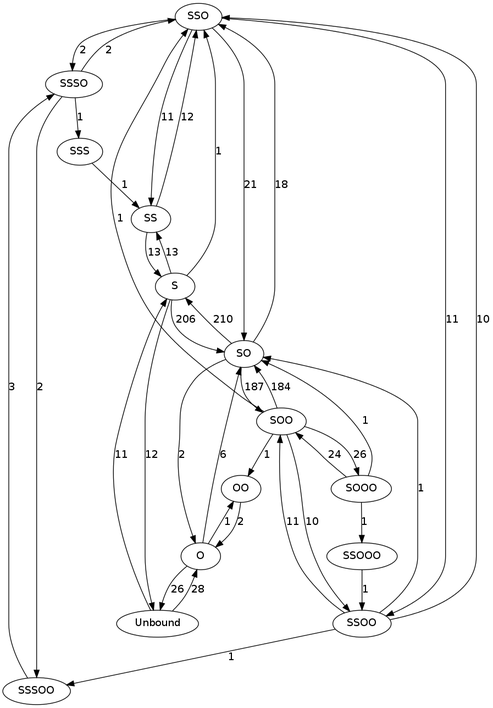
Above: analysis/coordination-changes-cold.png in eshamay/so2-cluster (Graphviz), before the change. Its source is kept beside it as analysis/coordination-changes-cold.dot.
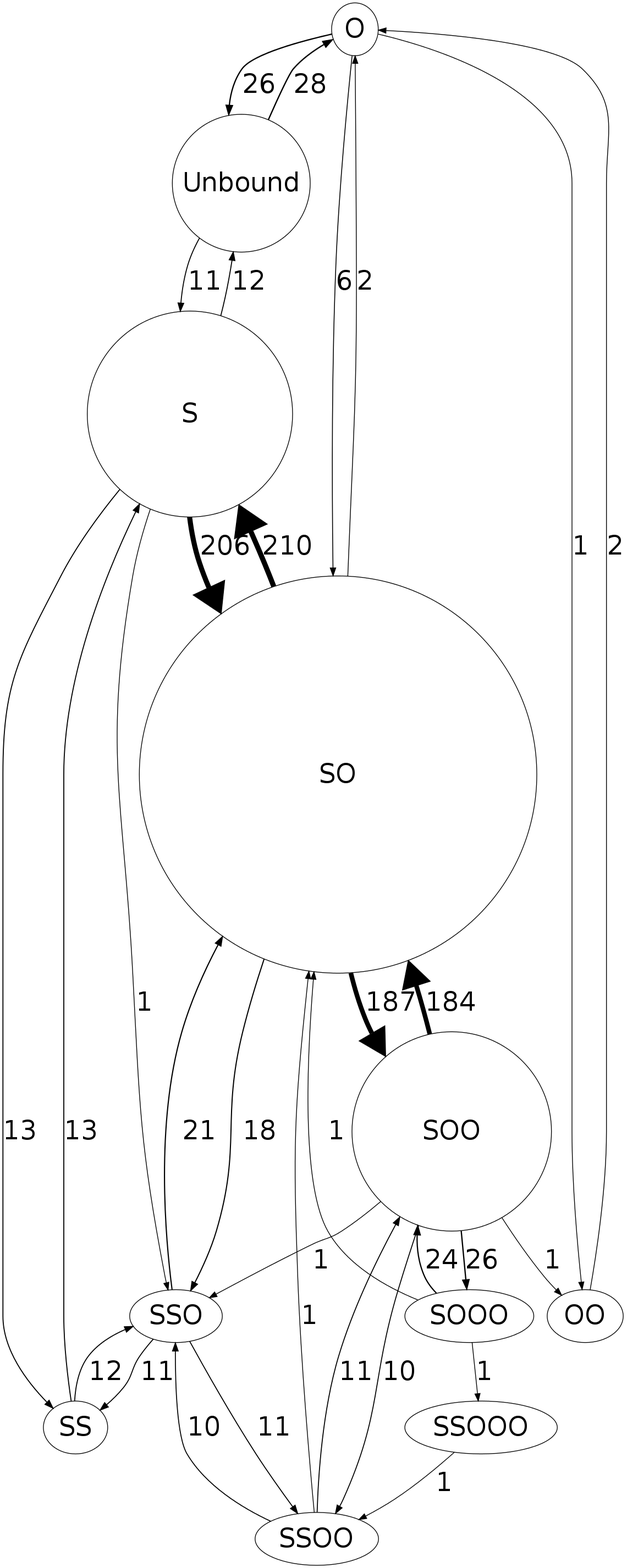
After the commit.

Diff of the diagram source:
```diff
@@ -1,40 +1,42 @@
 digraph NAME {
-	SSO -> SSSO [ label = 2 ];
-	O -> Unbound [ label = 26 ];
-	SSSO -> SSSOO [ label = 2 ];
-	SS -> SSO [ label = 12 ];
-	SSS -> SS [ label = 1 ];
-	SS -> S [ label = 13 ];
-	SO -> SOO [ label = 187 ];
-	SOO -> OO [ label = 1 ];
-	SOO -> SSOO [ label = 10 ];
-	SSO -> SSOO [ label = 11 ];
-	S -> Unbound [ label = 12 ];
-	OO -> O [ label = 2 ];
-	SSOO -> SOO [ label = 11 ];
-	SSO -> SS [ label = 11 ];
-	SSO -> SO [ label = 21 ];
-	SOO -> SSO [ label = 1 ];
-	SSOO -> SSSOO [ label = 1 ];
-	SOO -> SOOO [ label = 26 ];
-	SSOO -> SSO [ label = 10 ];
-	S -> SO [ label = 206 ];
-	SSSO -> SSO [ label = 2 ];
-	SOO -> SO [ label = 184 ];
-	S -> SSO [ label = 1 ];
-	SOOO -> SSOOO [ label = 1 ];
-	S -> SS [ label = 13 ];
-	SOOO -> SO [ label = 1 ];
-	SSOO -> SO [ label = 1 ];
-	O -> OO [ label = 1 ];
-	SO -> O [ label = 2 ];
-	SOOO -> SOO [ label = 24 ];
-	Unbound -> O [ label = 28 ];
-	O -> SO [ label = 6 ];
-	SO -> SSO [ label = 18 ];
-	SSSO -> SSS [ label = 1 ];
-	Unbound -> S [ label = 11 ];
-	SSOOO -> SSOO [ label = 1 ];
-	SO -> S [ label = 210 ];
-	SSSOO -> SSSO [ label = 3 ];
-}
+	O -> Unbound [ label = 26, arrowsize = 1.37142857143, penwidth = 1.74285714286 ];
+	SS -> SSO [ label = 12, arrowsize = 1.17142857143, penwidth = 1.34285714286 ];
+	SS -> S [ label = 13, arrowsize = 1.18571428571, penwidth = 1.37142857143 ];
+	SO -> SOO [ label = 187, arrowsize = 3.67142857143, penwidth = 6.34285714286 ];
+	SOO -> OO [ label = 1, arrowsize = 1.01428571429, penwidth = 1.02857142857 ];
+	SOO -> SSOO [ label = 10, arrowsize = 1.14285714286, penwidth = 1.28571428571 ];
+	SSO -> SSOO [ label = 11, arrowsize = 1.15714285714, penwidth = 1.31428571429 ];
+	S -> Unbound [ label = 12, arrowsize = 1.17142857143, penwidth = 1.34285714286 ];
+	OO -> O [ label = 2, arrowsize = 1.02857142857, penwidth = 1.05714285714 ];
+	SSOO -> SOO [ label = 11, arrowsize = 1.15714285714, penwidth = 1.31428571429 ];
+	SSO -> SS [ label = 11, arrowsize = 1.15714285714, penwidth = 1.31428571429 ];
+	SSO -> SO [ label = 21, arrowsize = 1.3, penwidth = 1.6 ];
+	SOO -> SSO [ label = 1, arrowsize = 1.01428571429, penwidth = 1.02857142857 ];
+	SOO -> SOOO [ label = 26, arrowsize = 1.37142857143, penwidth = 1.74285714286 ];
+	SSOO -> SSO [ label = 10, arrowsize = 1.14285714286, penwidth = 1.28571428571 ];
+	S -> SO [ label = 206, arrowsize = 3.94285714286, penwidth = 6.88571428571 ];
+	SOO -> SO [ label = 184, arrowsize = 3.62857142857, penwidth = 6.25714285714 ];
+	S -> SSO [ label = 1, arrowsize = 1.01428571429, penwidth = 1.02857142857 ];
+	SOOO -> SSOOO [ label = 1, arrowsize = 1.01428571429, penwidth = 1.02857142857 ];
+	S -> SS [ label = 13, arrowsize = 1.18571428571, penwidth = 1.37142857143 ];
+	SOOO -> SO [ label = 1, arrowsize = 1.01428571429, penwidth = 1.02857142857 ];
+	SSOO -> SO [ label = 1, arrowsize = 1.01428571429, penwidth = 1.02857142857 ];
+	O -> OO [ label = 1, arrowsize = 1.01428571429, penwidth = 1.02857142857 ];
+	SO -> O [ label = 2, arrowsize = 1.02857142857, penwidth = 1.05714285714 ];
+	SOOO -> SOO [ label = 24, arrowsize = 1.34285714286, penwidth = 1.68571428571 ];
+	Unbound -> O [ label = 28, arrowsize = 1.4, penwidth = 1.8 ];
+	O -> SO [ label = 6, arrowsize = 1.08571428571, penwidth = 1.17142857143 ];
+	SO -> SSO [ label = 18, arrowsize = 1.25714285714, penwidth = 1.51428571429 ];
+	Unbound -> S [ label = 11, arrowsize = 1.15714285714, penwidth = 1.31428571429 ];
+	SSOOO -> SSOO [ label = 1, arrowsize = 1.01428571429, penwidth = 1.02857142857 ];
+	SO -> S [ label = 210, arrowsize = 4.0, penwidth = 7.0 ];
+	OO [ width = 0.015832, height = 0.015832];
+	Unbound [ width = 2.614359, height = 2.614359];
+	SS [ width = 0.256125, height = 0.256125];
+	SSO [ width = 0.506238, height = 0.506238];
+	O [ width = 0.878401, height = 0.878401];
+	S [ width = 3.904003, height = 3.904003];
+	SO [ width = 7.532241, height = 7.532241];
+	SOO [ width = 3.771932, height = 3.771932];
+	SSOO [ width = 0.258129, height = 0.258129];
+} [ fontsize = 36 ];
```
